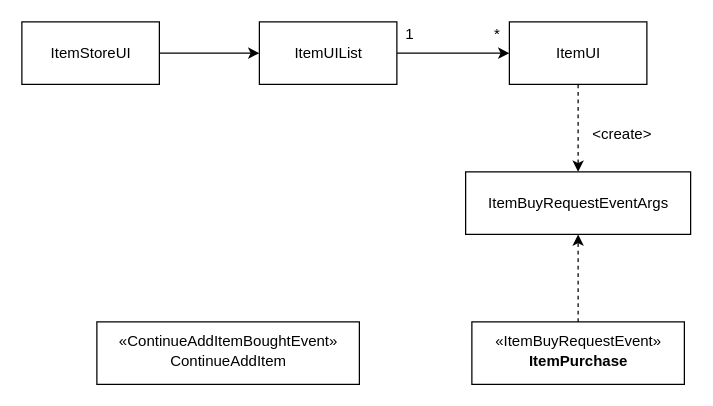
This is Diagram/ItemStore.drawio from jsm150/OrangeMushroomStory, a draw.io file, before an edit. Source tidied: cells renumbered, new cells numbered last; positions are measured from the earlier drawing's top-left corner, leaving out a move shared by most shapes. Both pictures are drawn from the tidied source at 125%, with x=0, y=0 at pixel (21, 21).
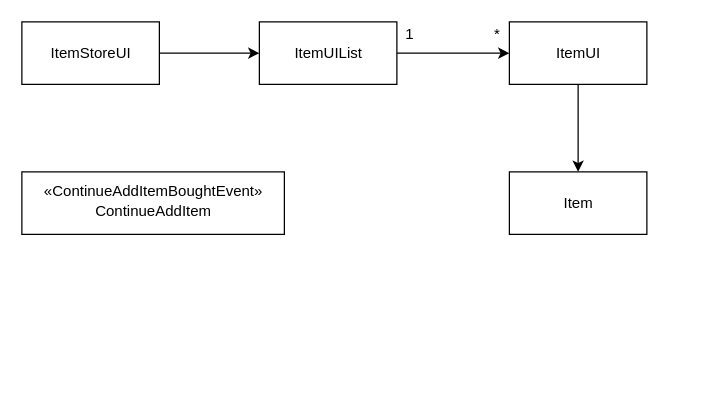
The same page after the edit.

Commit message (it also covers changes not shown here):
Refact 상점 코드의 객체 관계를 변경한다

자세한건 다이어그램을 참고해 주세요.

What changed in the source:
```diff
@@
 <mxGraphModel>
   <root>
     <mxCell id="0" />
     <mxCell id="1" parent="0" />
     <mxCell id="2" style="edgeStyle=none;html=1;entryX=0;entryY=0.5;entryDx=0;entryDy=0;" parent="1" edge="1" source="3" target="5">
       <mxGeometry relative="1" as="geometry" />
     </mxCell>
     <mxCell id="3" value="ItemStoreUI" style="html=1;" parent="1" vertex="1">
       <mxGeometry width="110" height="50" as="geometry" />
     </mxCell>
     <mxCell id="4" style="edgeStyle=none;html=1;entryX=0;entryY=0.5;entryDx=0;entryDy=0;" parent="1" edge="1" source="5" target="7">
       <mxGeometry relative="1" as="geometry" />
     </mxCell>
     <mxCell id="5" value="ItemUIList" style="html=1;" parent="1" vertex="1">
       <mxGeometry x="190" width="110" height="50" as="geometry" />
     </mxCell>
-    <mxCell id="6" style="edgeStyle=none;html=1;entryX=0.5;entryY=0;entryDx=0;entryDy=0;dashed=1;" parent="1" edge="1" source="7" target="10">
-      <mxGeometry relative="1" as="geometry" />
-    </mxCell>
+    <mxCell id="15" style="edgeStyle=none;html=1;entryX=0.5;entryY=0;entryDx=0;entryDy=0;" parent="1" edge="1" source="7" target="11">
+      <mxGeometry relative="1" as="geometry" />
+    </mxCell>
     <mxCell id="7" value="ItemUI" style="html=1;" parent="1" vertex="1">
       <mxGeometry x="390" width="110" height="50" as="geometry" />
     </mxCell>
     <mxCell id="8" value="*" style="text;html=1;align=center;verticalAlign=middle;strokeColor=none;fillColor=none;" parent="1" vertex="1">
       <mxGeometry x="370" width="20" height="20" as="geometry" />
     </mxCell>
     <mxCell id="9" value="1" style="text;html=1;align=center;verticalAlign=middle;strokeColor=none;fillColor=none;" parent="1" vertex="1">
       <mxGeometry x="300" width="20" height="20" as="geometry" />
     </mxCell>
-    <mxCell id="10" value="&lt;span&gt;ItemBuyRequestEventArgs&lt;/span&gt;" style="html=1;" parent="1" vertex="1">
-      <mxGeometry x="355" y="120" width="180" height="50" as="geometry" />
-    </mxCell>
+    <mxCell id="13" value="«ContinueAddItemBoughtEvent&lt;span&gt;»&lt;/span&gt;&lt;br&gt;&lt;div style=&quot;line-height: 19px&quot;&gt;&lt;div style=&quot;line-height: 19px&quot;&gt;ContinueAddItem&lt;/div&gt;&lt;/div&gt;" style="html=1;" parent="1" vertex="1">
+      <mxGeometry y="120" width="210" height="50" as="geometry" />
+    </mxCell>
-    <mxCell id="11" style="edgeStyle=none;html=1;entryX=0.5;entryY=1;entryDx=0;entryDy=0;dashed=1;" parent="1" edge="1" source="12" target="10">
-      <mxGeometry relative="1" as="geometry" />
+    <mxCell id="11" value="Item" style="html=1;" parent="1" vertex="1">
+      <mxGeometry x="390" y="120" width="110" height="50" as="geometry" />
     </mxCell>
-    <mxCell id="12" value="«ItemBuyRequestEvent&lt;span&gt;»&lt;/span&gt;&lt;br&gt;&lt;div style=&quot;line-height: 19px&quot;&gt;&lt;b&gt;ItemPurchase&lt;/b&gt;&lt;/div&gt;" style="html=1;" parent="1" vertex="1">
-      <mxGeometry x="360" y="240" width="170" height="50" as="geometry" />
-    </mxCell>
-    <mxCell id="13" value="«ContinueAddItemBoughtEvent&lt;span&gt;»&lt;/span&gt;&lt;br&gt;&lt;div style=&quot;line-height: 19px&quot;&gt;&lt;div style=&quot;line-height: 19px&quot;&gt;ContinueAddItem&lt;/div&gt;&lt;/div&gt;" style="html=1;" parent="1" vertex="1">
-      <mxGeometry x="60" y="240" width="210" height="50" as="geometry" />
-    </mxCell>
-    <mxCell id="14" value="&amp;lt;create&amp;gt;" style="text;html=1;align=center;verticalAlign=middle;strokeColor=none;fillColor=none;" parent="1" vertex="1">
-      <mxGeometry x="450" y="80" width="60" height="20" as="geometry" />
-    </mxCell>
   </root>
 </mxGraphModel>
```
